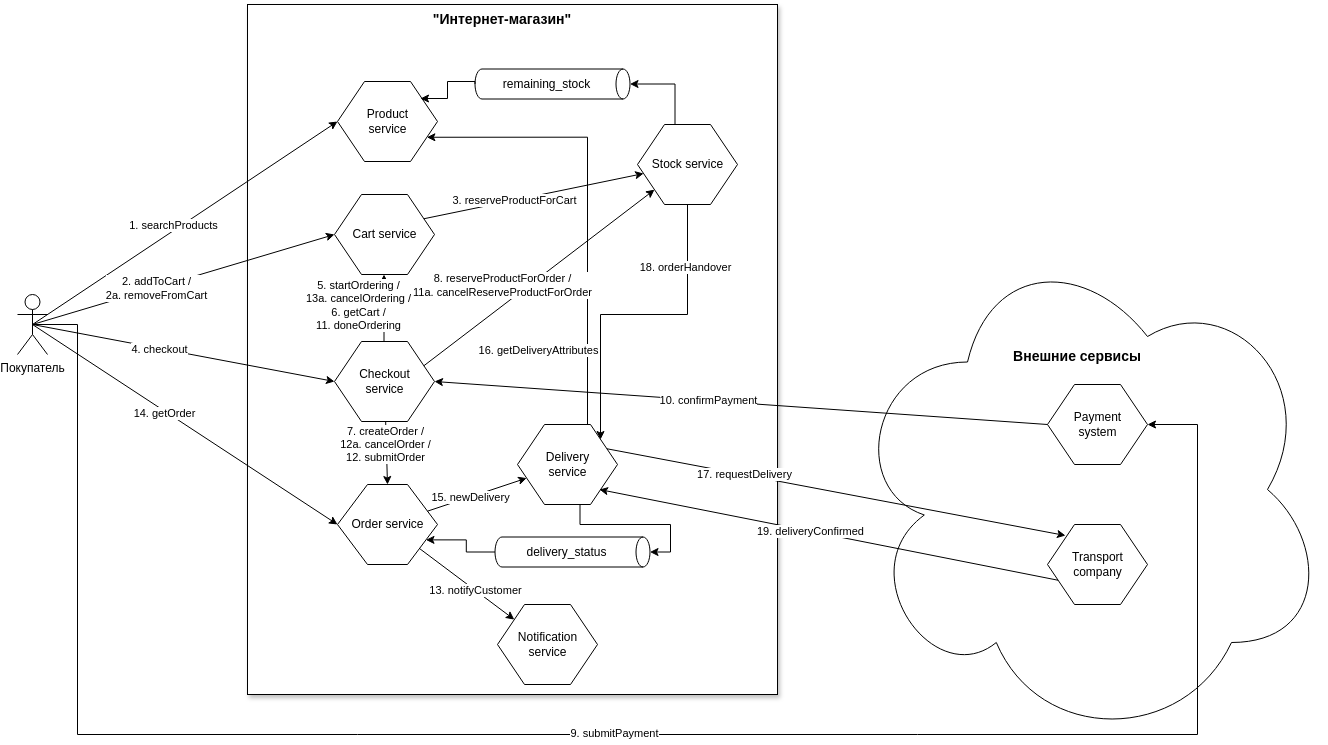
This is 01_decompose/ecommerce.drawio.png from NikolayOrlov/ms-arch-tasks, a draw.io export, as it was before one commit. Source tidied: cells renumbered, new cells last; positions are measured from the earlier drawing's top-left corner, leaving out a move shared by most shapes.
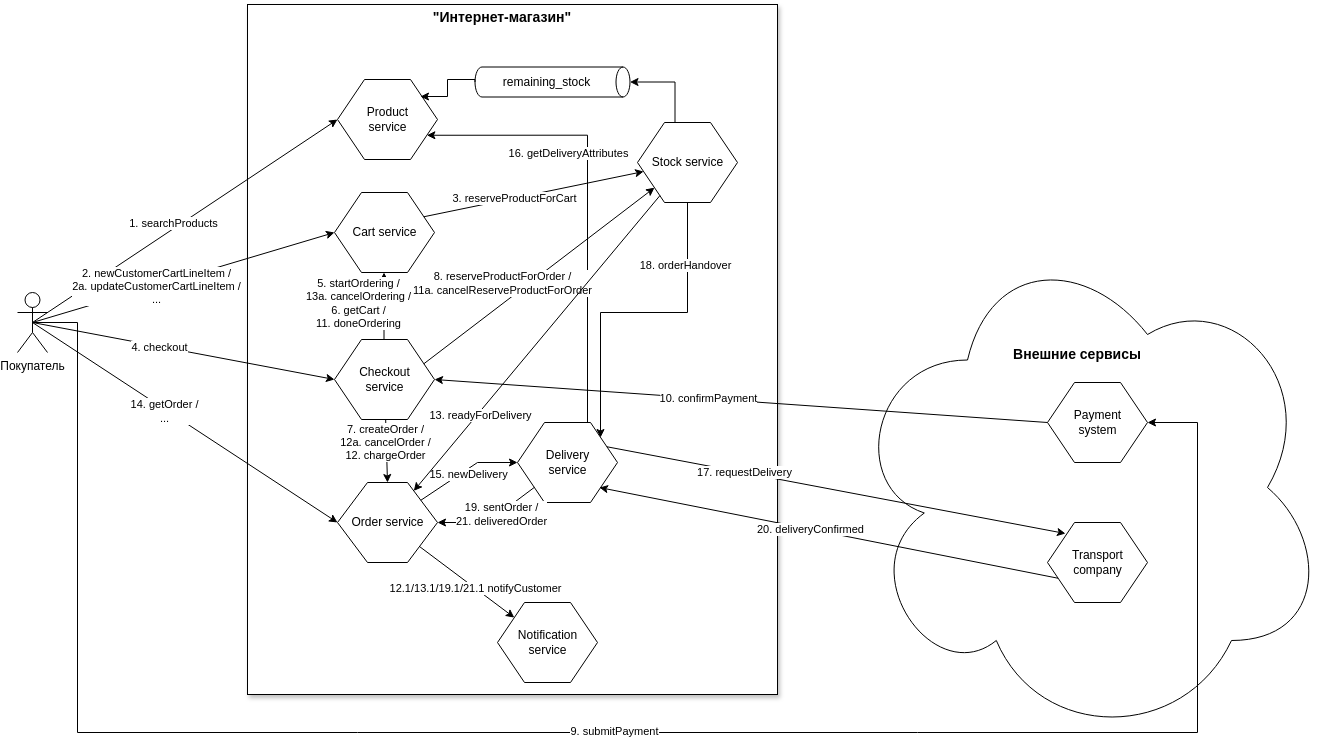
The same file after the commit.

Commit message:
orderService REST API schema

What changed in the source:
```diff
@@ -6,7 +6,7 @@
       <mxGeometry x="830" y="230" width="480" height="510" as="geometry" />
     </mxCell>
     <mxCell id="3" style="rounded=0;whiteSpace=wrap;html=1;shadow=1;" parent="1" vertex="1">
-      <mxGeometry x="230" width="530" height="690" as="geometry" />
+      <mxGeometry x="230" y="2" width="530" height="690" as="geometry" />
     </mxCell>
     <mxCell id="4" value="&lt;b&gt;&lt;font style=&quot;font-size: 14px;&quot;&gt;&quot;Интернет-магазин&quot;&lt;/font&gt;&lt;/b&gt;" style="text;html=1;align=center;verticalAlign=middle;whiteSpace=wrap;rounded=0;" parent="1" vertex="1">
       <mxGeometry x="370" width="230" height="30" as="geometry" />
@@ -68,7 +68,7 @@
     </mxCell>
     <mxCell id="18" value="16. getDeliveryAttributes" style="edgeLabel;html=1;align=center;verticalAlign=middle;" parent="17" vertex="1">
       <mxGeometry x="-0.57" y="1" relative="1" as="geometry">
-        <mxPoint x="-49" y="5" as="offset" />
+        <mxPoint x="-19" y="-190" as="offset" />
       </mxGeometry>
     </mxCell>
     <mxCell id="19" value="Delivery&lt;div&gt;service&lt;/div&gt;" style="verticalLabelPosition=middle;verticalAlign=middle;html=1;shape=hexagon;perimeter=hexagonPerimeter2;arcSize=6;size=0.27;labelPosition=center;align=center;" parent="1" vertex="1">
@@ -91,13 +91,13 @@
     <mxCell id="24" style="endArrow=classic;html=1;rounded=0;exitX=0.5;exitY=0.5;exitDx=0;exitDy=0;exitPerimeter=0;entryX=0;entryY=0.5;entryDx=0;entryDy=0;" parent="1" edge="1" source="8" target="10">
       <mxGeometry relative="1" as="geometry" />
     </mxCell>
-    <mxCell id="25" value="2. addToCart /&lt;div&gt;2a. removeFromCart&lt;/div&gt;" style="edgeLabel;html=1;align=center;verticalAlign=middle;" parent="24" vertex="1">
+    <mxCell id="25" value="2. newCustomerCartLineItem /&lt;div&gt;2a. updateCustomerCartLineItem /&lt;br&gt;...&lt;/div&gt;" style="edgeLabel;html=1;align=center;verticalAlign=middle;" parent="24" vertex="1">
       <mxGeometry x="-0.18" relative="1" as="geometry" />
     </mxCell>
     <mxCell id="26" style="endArrow=classic;html=1;rounded=0;exitX=0.5;exitY=0.5;exitDx=0;exitDy=0;exitPerimeter=0;entryX=0;entryY=0.5;entryDx=0;entryDy=0;" parent="1" edge="1" source="8" target="14">
       <mxGeometry relative="1" as="geometry" />
     </mxCell>
-    <mxCell id="27" value="14. getOrder" style="edgeLabel;html=1;align=center;verticalAlign=middle;" parent="26" vertex="1">
+    <mxCell id="27" value="14. getOrder /&lt;br&gt;..." style="edgeLabel;html=1;align=center;verticalAlign=middle;" parent="26" vertex="1">
       <mxGeometry x="-0.14" y="-2" relative="1" as="geometry" />
     </mxCell>
     <mxCell id="28" style="endArrow=classic;html=1;rounded=0;exitX=0.5;exitY=0.5;exitDx=0;exitDy=0;exitPerimeter=0;entryX=0;entryY=0.5;entryDx=0;entryDy=0;" parent="1" edge="1" source="8" target="13">
@@ -121,7 +121,7 @@
     <mxCell id="34" style="endArrow=classic;html=1;rounded=0;entryX=0.82;entryY=0.813;entryDx=0;entryDy=0;exitX=0;exitY=0.75;exitDx=0;exitDy=0;entryPerimeter=0;" parent="1" edge="1" source="21" target="19">
       <mxGeometry relative="1" as="geometry" />
     </mxCell>
-    <mxCell id="35" value="19. deliveryConfirmed" style="edgeLabel;html=1;align=center;verticalAlign=middle;" parent="34" vertex="1">
+    <mxCell id="35" value="20. deliveryConfirmed" style="edgeLabel;html=1;align=center;verticalAlign=middle;" parent="34" vertex="1">
       <mxGeometry x="0.08" relative="1" as="geometry" />
     </mxCell>
     <mxCell id="36" value="remaining_stock" style="shape=cylinder3;whiteSpace=wrap;html=1;boundedLbl=1;backgroundOutline=1;size=7;rotation=90;horizontal=0;" parent="1" vertex="1">
@@ -149,7 +149,7 @@
     <mxCell id="41" style="endArrow=classic;html=1;rounded=0;entryX=0.5;entryY=0;entryDx=0;entryDy=0;" parent="1" edge="1" source="13" target="14">
       <mxGeometry relative="1" as="geometry" />
     </mxCell>
-    <mxCell id="42" value="7. createOrder /&lt;br&gt;12a. cancelOrder /&lt;br&gt;12. submitOrder" style="edgeLabel;html=1;align=center;verticalAlign=middle;" parent="41" vertex="1">
+    <mxCell id="42" value="7. createOrder /&lt;br&gt;12a. cancelOrder /&lt;br&gt;12. chargeOrder" style="edgeLabel;html=1;align=center;verticalAlign=middle;" parent="41" vertex="1">
       <mxGeometry x="-0.07" relative="1" as="geometry">
         <mxPoint x="-2" y="-6" as="offset" />
       </mxGeometry>
@@ -165,14 +165,20 @@
     <mxCell id="45" style="endArrow=classic;html=1;rounded=0;" parent="1" edge="1" source="14" target="16">
       <mxGeometry relative="1" as="geometry" />
     </mxCell>
-    <mxCell id="46" value="13. notifyCustomer" style="edgeLabel;html=1;align=center;verticalAlign=middle;" parent="45" vertex="1">
+    <mxCell id="46" value="12.1/13.1/19.1/21.1 notifyCustomer" style="edgeLabel;html=1;align=center;verticalAlign=middle;" parent="45" vertex="1">
       <mxGeometry x="0.16" relative="1" as="geometry" />
     </mxCell>
     <mxCell id="47" style="endArrow=classic;html=1;rounded=0;" parent="1" edge="1" source="14" target="19">
-      <mxGeometry relative="1" as="geometry" />
+      <mxGeometry relative="1" as="geometry">
+        <Array as="points">
+          <mxPoint x="460" y="460" />
+        </Array>
+      </mxGeometry>
     </mxCell>
     <mxCell id="48" value="15. newDelivery" style="edgeLabel;html=1;align=center;verticalAlign=middle;" parent="47" vertex="1">
-      <mxGeometry x="-0.13" relative="1" as="geometry" />
+      <mxGeometry x="-0.13" relative="1" as="geometry">
+        <mxPoint x="8" as="offset" />
+      </mxGeometry>
     </mxCell>
     <mxCell id="49" style="edgeStyle=orthogonalEdgeStyle;rounded=0;jettySize=auto;html=1;exitX=0.5;exitY=1;exitDx=0;exitDy=0;entryX=0.83;entryY=0.188;entryDx=0;entryDy=0;entryPerimeter=0;" parent="1" edge="1" source="15" target="19">
       <mxGeometry relative="1" as="geometry" />
@@ -180,20 +186,21 @@
     <mxCell id="50" value="18. orderHandover" style="edgeLabel;html=1;align=center;verticalAlign=middle;" parent="49" vertex="1">
       <mxGeometry x="-0.61" y="-3" relative="1" as="geometry" />
     </mxCell>
-    <mxCell id="51" style="edgeStyle=orthogonalEdgeStyle;rounded=0;jettySize=auto;html=1;exitX=0.5;exitY=1;exitDx=0;exitDy=0;exitPerimeter=0;entryX=1;entryY=0.75;entryDx=0;entryDy=0;" parent="1" edge="1" source="52" target="14">
-      <mxGeometry relative="1" as="geometry" />
-    </mxCell>
-    <mxCell id="52" value="delivery_status" style="shape=cylinder3;whiteSpace=wrap;html=1;boundedLbl=1;backgroundOutline=1;size=7;rotation=90;horizontal=0;" parent="1" vertex="1">
-      <mxGeometry x="540" y="470" width="30" height="155" as="geometry" />
-    </mxCell>
-    <mxCell id="53" style="edgeStyle=orthogonalEdgeStyle;rounded=0;jettySize=auto;html=1;exitX=0.625;exitY=1;exitDx=0;exitDy=0;entryX=0.5;entryY=0;entryDx=0;entryDy=0;entryPerimeter=0;" parent="1" edge="1" source="19" target="52">
-      <mxGeometry relative="1" as="geometry">
-        <Array as="points">
-          <mxPoint x="563" y="520" />
-          <mxPoint x="653" y="520" />
-          <mxPoint x="653" y="548" />
-        </Array>
-      </mxGeometry>
-    </mxCell>
+    <mxCell id="54" style="endArrow=classic;html=1;rounded=0;" parent="1" edge="1" source="15" target="14">
+      <mxGeometry relative="1" as="geometry" />
+    </mxCell>
+    <mxCell id="55" value="13. readyForDelivery" style="edgeLabel;html=1;align=center;verticalAlign=middle;" parent="54" vertex="1">
+      <mxGeometry x="0.48" y="2" relative="1" as="geometry" />
+    </mxCell>
+    <mxCell id="56" style="endArrow=classic;html=1;rounded=0;" parent="1" edge="1" source="19" target="14">
+      <mxGeometry relative="1" as="geometry">
+        <Array as="points">
+          <mxPoint x="470" y="520" />
+        </Array>
+      </mxGeometry>
+    </mxCell>
+    <mxCell id="57" value="19. sentOrder /&lt;br&gt;21. deliveredOrder" style="edgeLabel;html=1;align=center;verticalAlign=middle;" parent="56" vertex="1">
+      <mxGeometry x="-0.21" y="1" relative="1" as="geometry" />
+    </mxCell>
   </root>
 </mxGraphModel>
```
